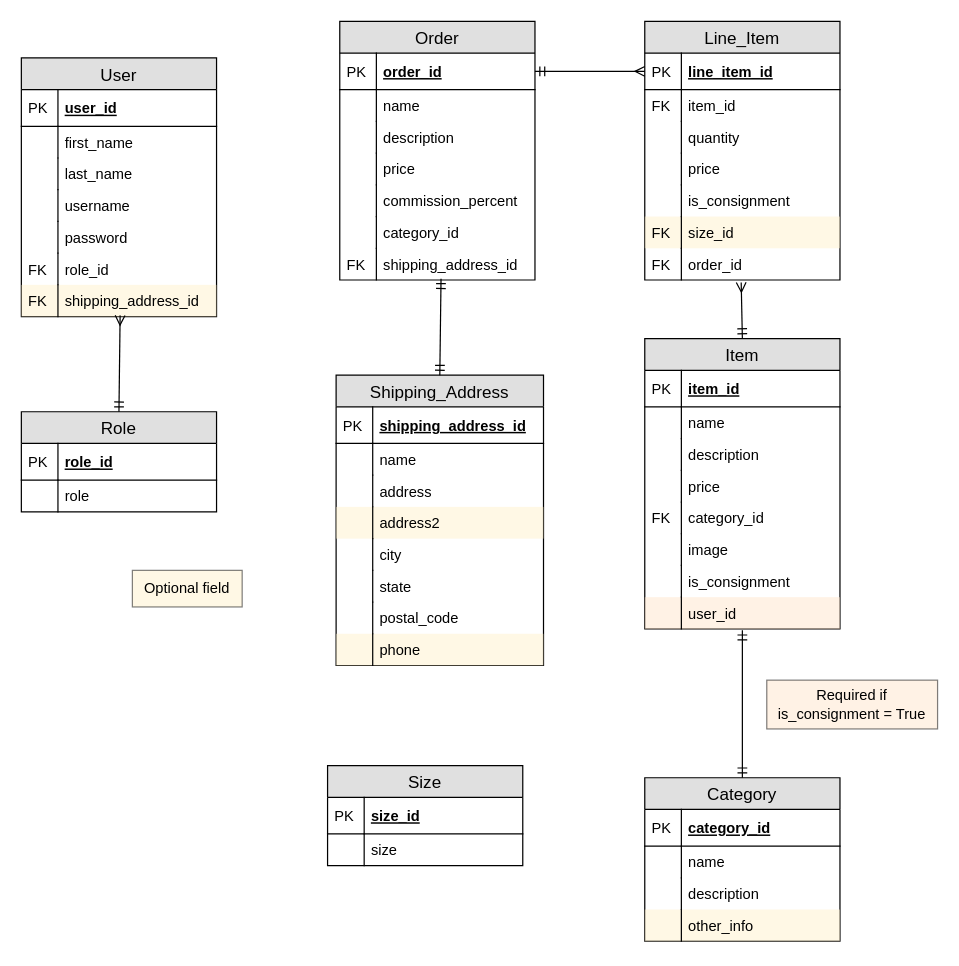
Earlier version of the draw.io diagram support/Moose_Leather_ER.drawio (swendt57/moose_leather_project). Source tidied: cells renumbered, new cells numbered last; positions are measured from the earlier drawing's top-left corner, leaving out a move shared by most shapes. Both pictures are drawn from the tidied source at 122%, with x=0, y=0 at pixel (21, 21).
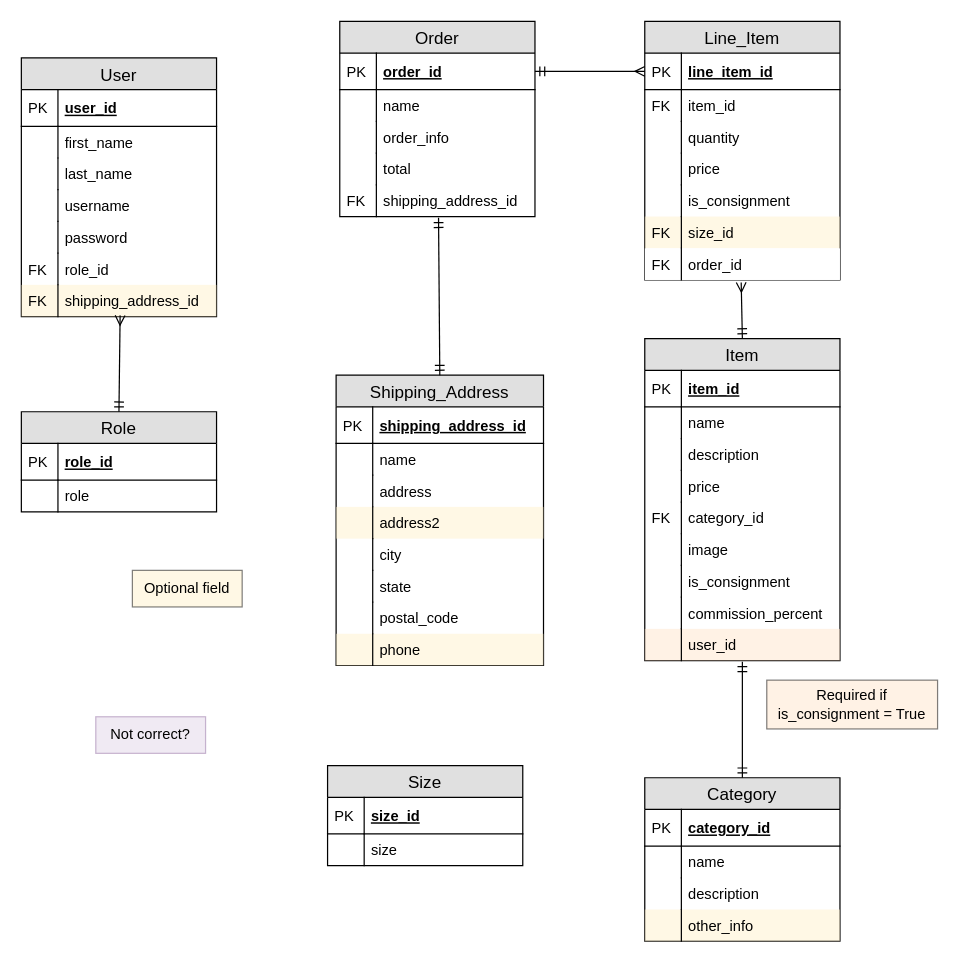
After the change.

The change refers to these unchanged cells:
```xml
<mxCell id="37" value="Line_Item" style="swimlane;fontStyle=0;horizontal=1;startSize=26;fillColor=#e0e0e0;swimlaneFillColor=#ffffff;align=center;fontSize=14;" parent="1" vertex="1">
  <mxGeometry x="511" width="160" height="212" as="geometry" />
</mxCell>
<mxCell id="78" value="Shipping_Address" style="swimlane;fontStyle=0;horizontal=1;startSize=26;fillColor=#e0e0e0;swimlaneFillColor=#ffffff;align=center;fontSize=14;" parent="1" vertex="1">
  <mxGeometry x="258" y="290" width="170" height="238" as="geometry" />
</mxCell>
```

Diff of the diagram source:
```diff
@@
     <mxCell id="22" value="Order" style="swimlane;fontStyle=0;horizontal=1;startSize=26;fillColor=#e0e0e0;swimlaneFillColor=#ffffff;align=center;fontSize=14;" parent="1" vertex="1">
-      <mxGeometry x="261" width="160" height="212" as="geometry" />
+      <mxGeometry x="261" width="160" height="160" as="geometry" />
     </mxCell>
@@
-    <mxCell id="27" value="description" style="shape=partialRectangle;top=0;left=0;right=0;bottom=0;align=left;verticalAlign=top;fillColor=none;spacingLeft=34;spacingRight=4;overflow=hidden;fontSize=12;" parent="22" vertex="1">
+    <mxCell id="27" value="order_info" style="shape=partialRectangle;top=0;left=0;right=0;bottom=0;align=left;verticalAlign=top;fillColor=none;spacingLeft=34;spacingRight=4;overflow=hidden;fontSize=12;" parent="22" vertex="1">
       <mxGeometry y="82" width="160" height="26" as="geometry" />
     </mxCell>
@@
-    <mxCell id="29" value="price" style="shape=partialRectangle;top=0;left=0;right=0;bottom=0;align=left;verticalAlign=top;fillColor=none;spacingLeft=34;spacingRight=4;overflow=hidden;fontSize=12;" parent="22" vertex="1">
+    <mxCell id="29" value="total" style="shape=partialRectangle;top=0;left=0;right=0;bottom=0;align=left;verticalAlign=top;fillColor=none;spacingLeft=34;spacingRight=4;overflow=hidden;fontSize=12;" parent="22" vertex="1">
       <mxGeometry y="108" width="160" height="26" as="geometry" />
     </mxCell>
@@
-    <mxCell id="31" value="commission_percent" style="shape=partialRectangle;top=0;left=0;right=0;bottom=0;align=left;verticalAlign=top;fillColor=none;spacingLeft=34;spacingRight=4;overflow=hidden;fontSize=12;" parent="22" vertex="1">
-      <mxGeometry y="134" width="160" height="26" as="geometry" />
-    </mxCell>
-    <mxCell id="32" style="shape=partialRectangle;top=0;left=0;bottom=0;fillColor=none;align=left;verticalAlign=top;spacingLeft=4;spacingRight=4;overflow=hidden;fontSize=12;" parent="31" vertex="1">
-      <mxGeometry width="30" height="26" as="geometry" />
-    </mxCell>
-    <mxCell id="33" value="category_id" style="shape=partialRectangle;top=0;left=0;right=0;bottom=0;align=left;verticalAlign=top;fillColor=none;spacingLeft=34;spacingRight=4;overflow=hidden;fontSize=12;" parent="22" vertex="1">
-      <mxGeometry y="160" width="160" height="26" as="geometry" />
-    </mxCell>
-    <mxCell id="34" style="shape=partialRectangle;top=0;left=0;bottom=0;fillColor=none;align=left;verticalAlign=top;spacingLeft=4;spacingRight=4;overflow=hidden;fontSize=12;" parent="33" vertex="1">
-      <mxGeometry width="30" height="26" as="geometry" />
-    </mxCell>
     <mxCell id="35" value="shipping_address_id" style="shape=partialRectangle;top=0;left=0;right=0;bottom=0;align=left;verticalAlign=top;fillColor=none;spacingLeft=34;spacingRight=4;overflow=hidden;points=[[0,0.5],[1,0.5]];portConstraint=eastwest;fontSize=12;" parent="22" vertex="1">
-      <mxGeometry y="186" width="160" height="26" as="geometry" />
+      <mxGeometry y="134" width="160" height="26" as="geometry" />
     </mxCell>
@@
-    <mxCell id="50" value="order_id" style="shape=partialRectangle;top=0;left=0;right=0;bottom=0;align=left;verticalAlign=top;fillColor=none;spacingLeft=34;spacingRight=4;overflow=hidden;points=[[0,0.5],[1,0.5]];portConstraint=eastwest;fontSize=12;" parent="37" vertex="1">
+    <mxCell id="50" value="order_id" style="shape=partialRectangle;top=0;left=0;right=0;bottom=0;align=left;verticalAlign=top;spacingLeft=34;spacingRight=4;overflow=hidden;points=[[0,0.5],[1,0.5]];portConstraint=eastwest;fontSize=12;" parent="37" vertex="1">
       <mxGeometry y="186" width="160" height="26" as="geometry" />
     </mxCell>
@@
     <mxCell id="52" value="Item" style="swimlane;fontStyle=0;horizontal=1;startSize=26;fillColor=#e0e0e0;swimlaneFillColor=#ffffff;align=center;fontSize=14;perimeterSpacing=0;strokeColor=#000000;fontColor=#000000;" parent="1" vertex="1">
-      <mxGeometry x="511" y="260" width="160" height="238" as="geometry" />
+      <mxGeometry x="511" y="260" width="160" height="264" as="geometry" />
     </mxCell>
@@
+    <mxCell id="31" value="commission_percent" style="shape=partialRectangle;top=0;left=0;right=0;bottom=0;align=left;verticalAlign=top;fillColor=none;spacingLeft=34;spacingRight=4;overflow=hidden;fontSize=12;" parent="52" vertex="1">
+      <mxGeometry y="212" width="160" height="26" as="geometry" />
+    </mxCell>
+    <mxCell id="32" style="shape=partialRectangle;top=0;left=0;bottom=0;fillColor=none;align=left;verticalAlign=top;spacingLeft=4;spacingRight=4;overflow=hidden;fontSize=12;" parent="31" vertex="1">
+      <mxGeometry width="30" height="26" as="geometry" />
+    </mxCell>
     <mxCell id="67" value="user_id" style="shape=partialRectangle;top=0;left=0;right=0;bottom=0;align=left;verticalAlign=top;fillColor=#ffe6cc;spacingLeft=34;spacingRight=4;overflow=hidden;points=[[0,0.5],[1,0.5]];portConstraint=eastwest;fontSize=12;strokeColor=#d79b00;perimeterSpacing=1;gradientColor=none;opacity=50;" parent="52" vertex="1">
-      <mxGeometry y="212" width="160" height="26" as="geometry" />
+      <mxGeometry y="238" width="160" height="26" as="geometry" />
     </mxCell>
@@
-    <mxCell id="98" style="endArrow=ERmandOne;html=1;rounded=0;fontSize=15;exitX=0.5;exitY=0;exitDx=0;exitDy=0;startArrow=ERmandOne;startFill=0;endFill=0;" parent="1" edge="1" source="78">
-      <mxGeometry relative="1" as="geometry">
-        <mxPoint x="344" y="211" as="targetPoint" />
-      </mxGeometry>
+    <mxCell id="98" style="endArrow=ERmandOne;html=1;rounded=0;fontSize=15;exitX=0.5;exitY=0;exitDx=0;exitDy=0;startArrow=ERmandOne;startFill=0;endFill=0;entryX=0.506;entryY=1.038;entryDx=0;entryDy=0;entryPerimeter=0;" parent="1" edge="1" source="78" target="35">
+      <mxGeometry relative="1" as="geometry" />
     </mxCell>
@@
+    <mxCell id="107" value="Not correct?" style="whiteSpace=wrap;html=1;align=center;shadow=0;comic=0;strokeWidth=1;fontSize=12;fillColor=#e1d5e7;strokeColor=#9673a6;opacity=50;" parent="1" vertex="1">
+      <mxGeometry x="61" y="570" width="90" height="30" as="geometry" />
+    </mxCell>
```
